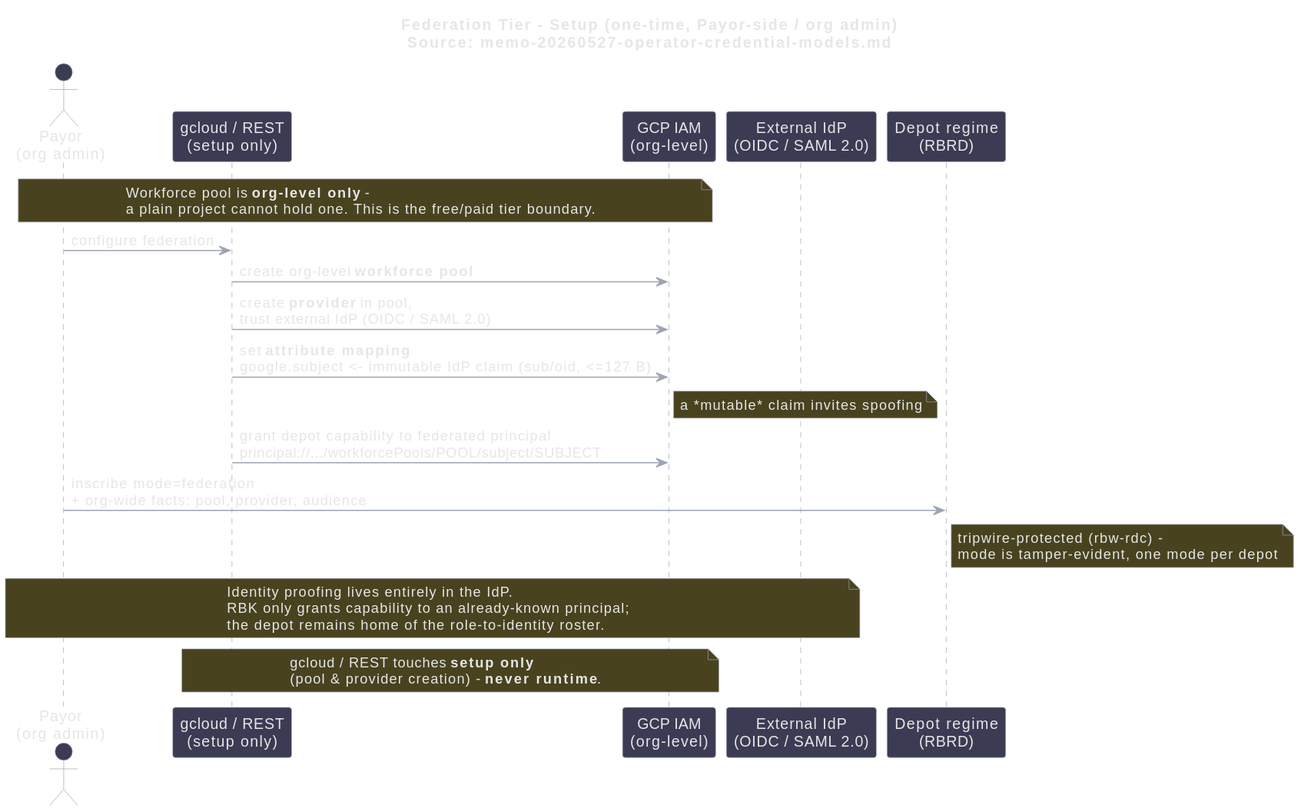
The PlantUML diagram diagrams/rbdgs_federation-setup-dark.svg in bhyslop/recipemuster, before a commit.
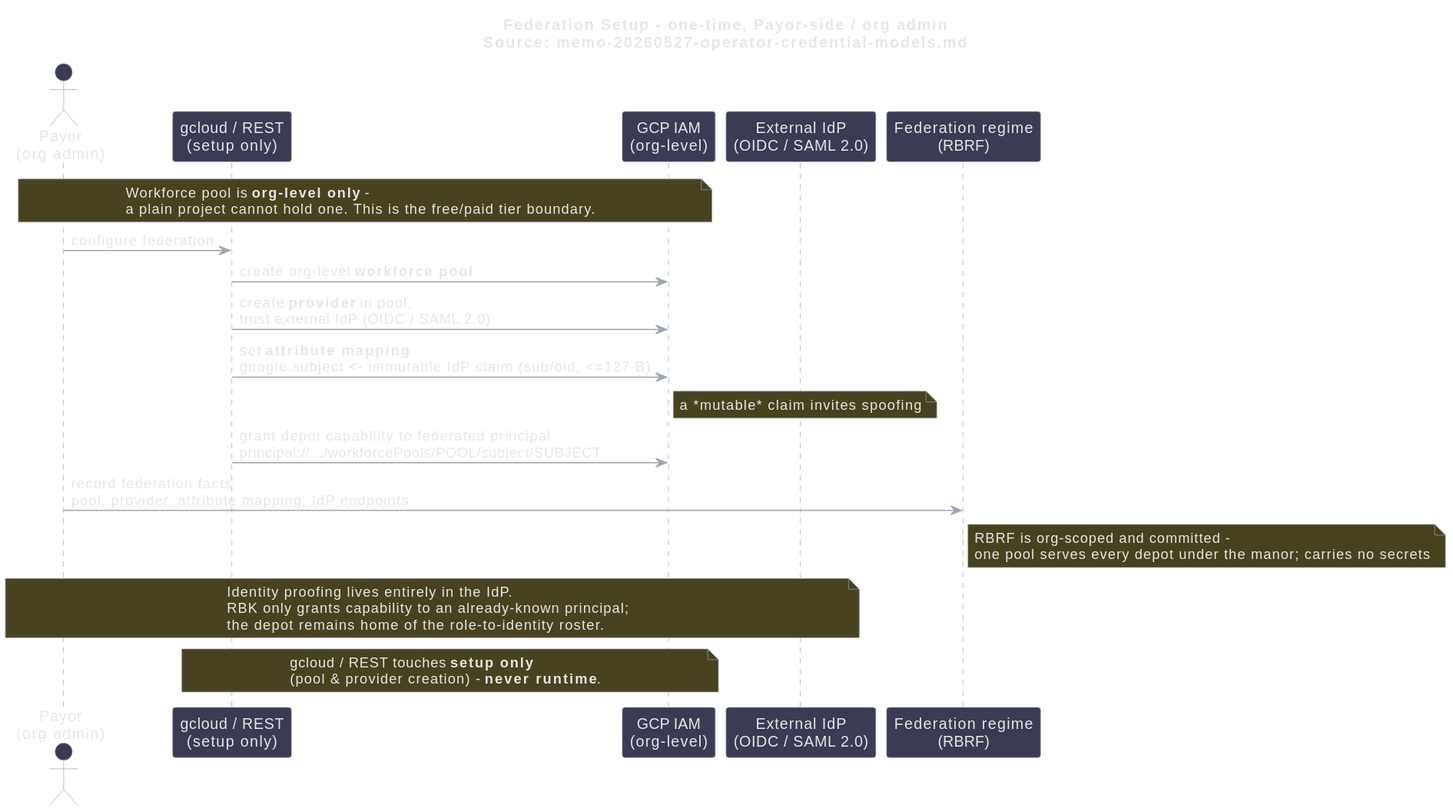
The same file after the commit.

What changed in the source:
```diff
@@ -1,11 +1,11 @@
 @startuml
-title Federation Tier - Setup (one-time, Payor-side / org admin)\nSource: memo-20260527-operator-credential-models.md
+title Federation Setup - one-time, Payor-side / org admin\nSource: memo-20260527-operator-credential-models.md
 
 actor "Payor\n(org admin)" as PAYOR
 participant "gcloud / REST\n(setup only)" as SETUP
 participant "GCP IAM\n(org-level)" as IAM
 participant "External IdP\n(OIDC / SAML 2.0)" as IDP
-participant "Depot regime\n(RBRD)" as RBRD
+participant "Federation regime\n(RBRF)" as RBRF
 
 note over PAYOR, IAM : Workforce pool is **org-level only** -\na plain project cannot hold one. This is the free/paid tier boundary.
 
@@ -16,8 +16,8 @@
 note right of IAM : a *mutable* claim invites spoofing
 SETUP -> IAM : grant depot capability to federated principal\nprincipal://.../workforcePools/POOL/subject/SUBJECT
 
-PAYOR -> RBRD : inscribe mode=federation\n+ org-wide facts: pool, provider, audience
-note right of RBRD : tripwire-protected (rbw-rdc) -\nmode is tamper-evident, one mode per depot
+PAYOR -> RBRF : record federation facts\npool, provider, attribute mapping, IdP endpoints
+note right of RBRF : RBRF is org-scoped and committed -\none pool serves every depot under the manor; carries no secrets
 
 note over PAYOR, IDP : Identity proofing lives entirely in the IdP.\nRBK only grants capability to an already-known principal;\nthe depot remains home of the role-to-identity roster.
 note over SETUP, IAM : gcloud / REST touches **setup only**\n(pool & provider creation) - **never runtime**.
```
